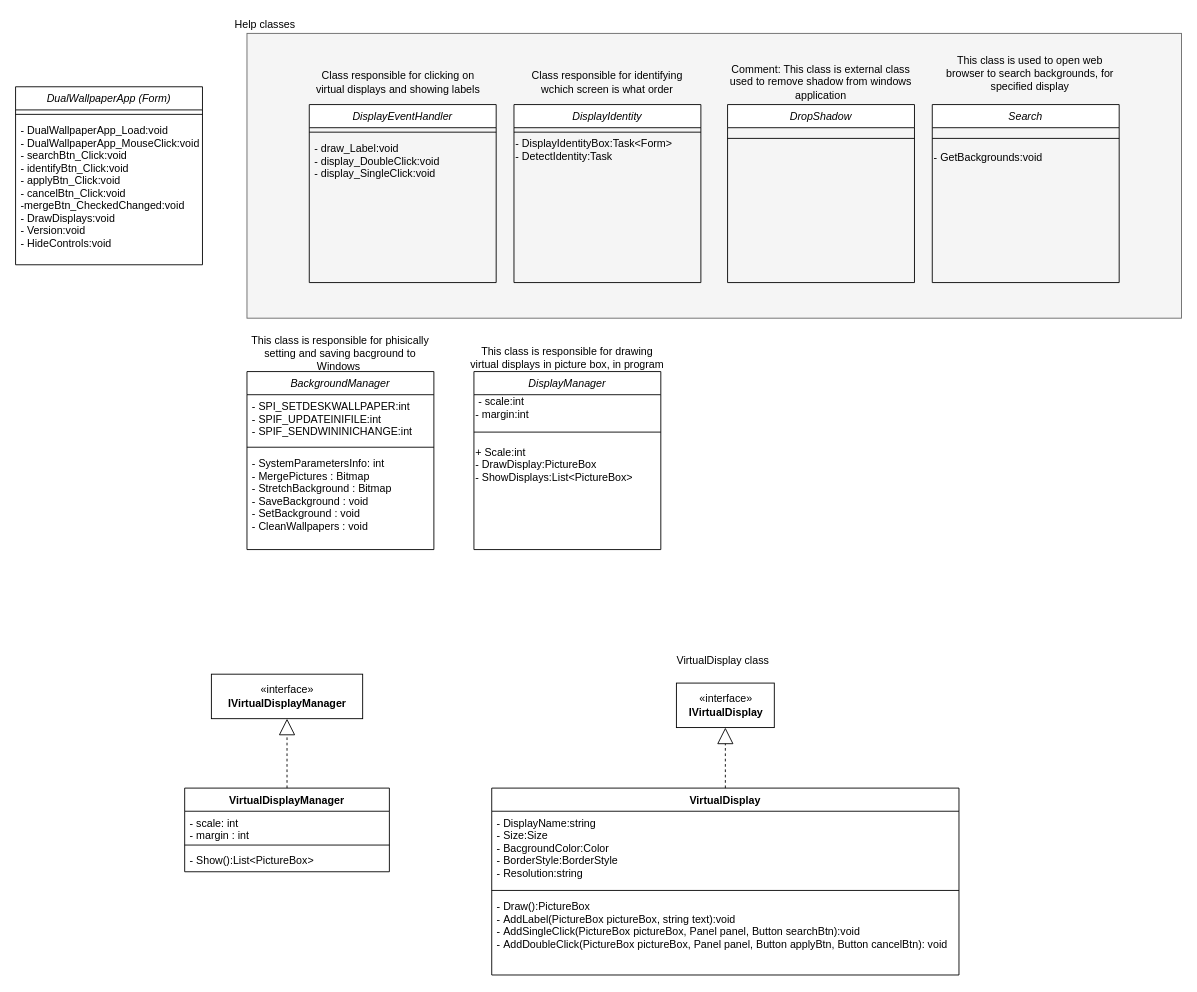
Before: DualWallpaper/DualWallpaperClasses.drawio in Pawel-Szymczyk/DualDesktopWallpaper, a draw.io diagram. Source tidied: cells renumbered, new cells numbered last; positions are measured from the earlier drawing's top-left corner, leaving out a move shared by most shapes. Both pictures are drawn from the tidied source at 89%, with x=0, y=0 at pixel (15, 15).
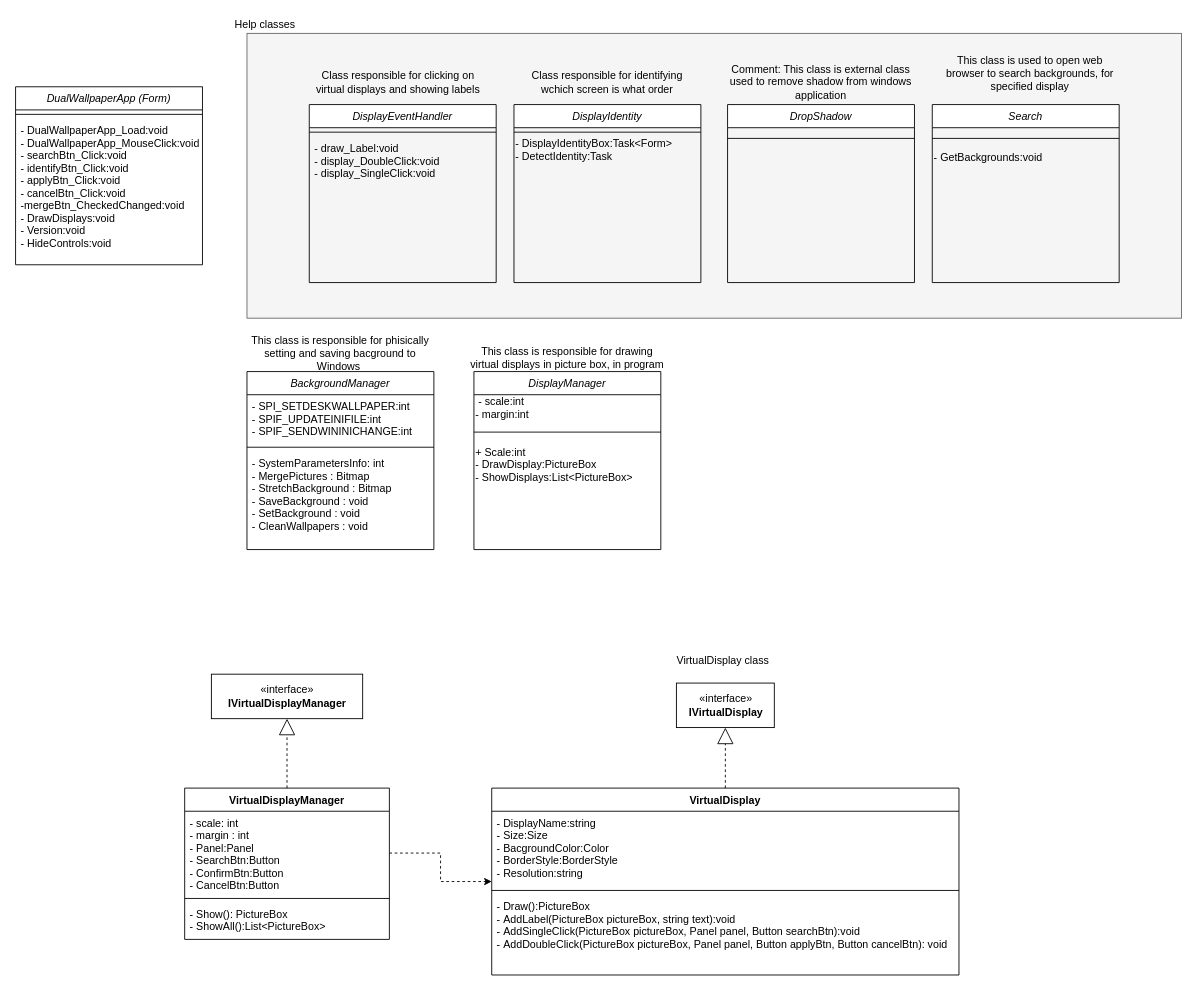
The same page after the edit.

The change refers to these unchanged cells:
```xml
<mxCell id="34" value="VirtualDisplay" style="swimlane;fontStyle=1;align=center;verticalAlign=top;horizontal=1;startSize=26;" parent="1" vertex="1">
  <mxGeometry x="535" y="868" width="525" height="210" as="geometry" />
</mxCell>
```

Diff of the diagram source:
```diff
@@
     <mxCell id="39" value="VirtualDisplayManager" style="swimlane;fontStyle=1;align=center;verticalAlign=top;horizontal=1;startSize=26;" parent="1" vertex="1">
-      <mxGeometry x="190" y="868" width="230" height="94" as="geometry" />
+      <mxGeometry x="190" y="868" width="230" height="170" as="geometry" />
     </mxCell>
-    <mxCell id="40" value="- scale: int&#10;- margin : int" style="text;strokeColor=none;fillColor=none;align=left;verticalAlign=top;spacingLeft=4;spacingRight=4;overflow=hidden;points=[[0,0.5],[1,0.5]];portConstraint=eastwest;" parent="39" vertex="1">
-      <mxGeometry y="26" width="230" height="34" as="geometry" />
+    <mxCell id="40" value="- scale: int&#10;- margin : int&#10;- Panel:Panel&#10;- SearchBtn:Button&#10;- ConfirmBtn:Button&#10;- CancelBtn:Button&#10;" style="text;strokeColor=none;fillColor=none;align=left;verticalAlign=top;spacingLeft=4;spacingRight=4;overflow=hidden;points=[[0,0.5],[1,0.5]];portConstraint=eastwest;" parent="39" vertex="1">
+      <mxGeometry y="26" width="230" height="94" as="geometry" />
     </mxCell>
     <mxCell id="41" style="line;strokeWidth=1;fillColor=none;align=left;verticalAlign=middle;spacingTop=-1;spacingLeft=3;spacingRight=3;labelPosition=right;" parent="39" vertex="1">
-      <mxGeometry y="60" width="230" height="8" as="geometry" />
+      <mxGeometry y="120" width="230" height="8" as="geometry" />
     </mxCell>
-    <mxCell id="42" value="- Show():List&lt;PictureBox&gt;" style="text;strokeColor=none;fillColor=none;align=left;verticalAlign=top;spacingLeft=4;spacingRight=4;overflow=hidden;" parent="39" vertex="1">
-      <mxGeometry y="68" width="230" height="26" as="geometry" />
+    <mxCell id="42" value="- Show(): PictureBox&#10;- ShowAll():List&lt;PictureBox&gt;" style="text;strokeColor=none;fillColor=none;align=left;verticalAlign=top;spacingLeft=4;spacingRight=4;overflow=hidden;" parent="39" vertex="1">
+      <mxGeometry y="128" width="230" height="42" as="geometry" />
     </mxCell>
@@
+    <mxCell id="45" style="edgeStyle=orthogonalEdgeStyle;rounded=0;jettySize=auto;html=1;dashed=1;" parent="1" edge="1" source="40" target="34">
+      <mxGeometry relative="1" as="geometry" />
+    </mxCell>
```
